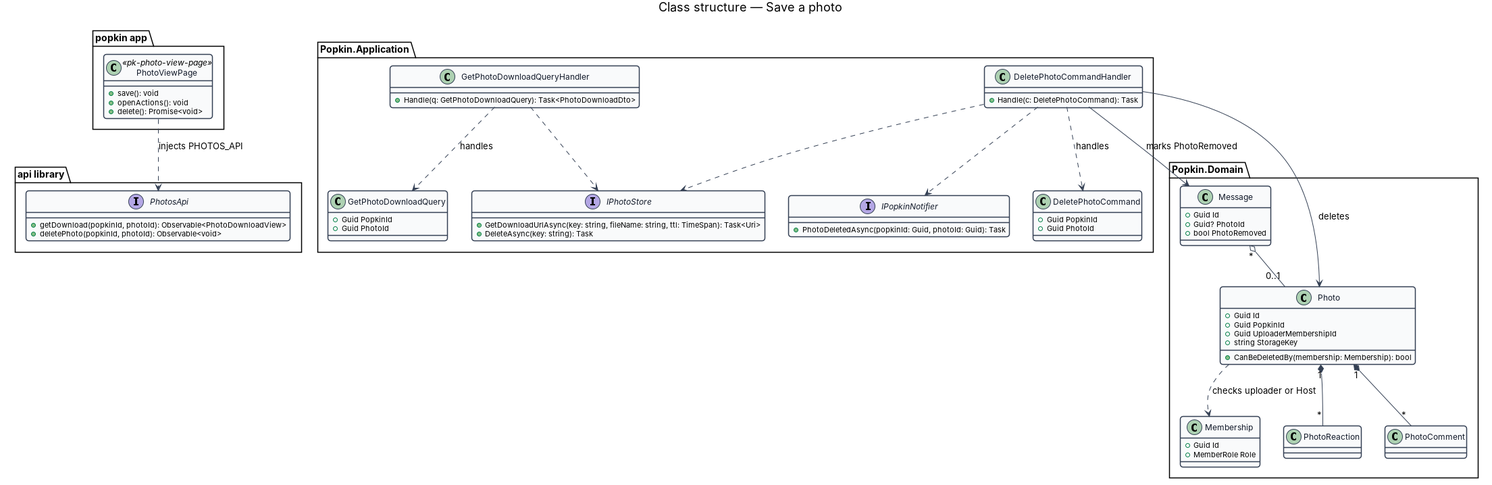
Before: docs/detailed-designs/photos/save-photo/diagrams/class-structure.png, a diagram exported from PlantUML (QuinntyneBrown/popkin). Its source is kept beside it as docs/detailed-designs/photos/save-photo/diagrams/class-structure.puml.
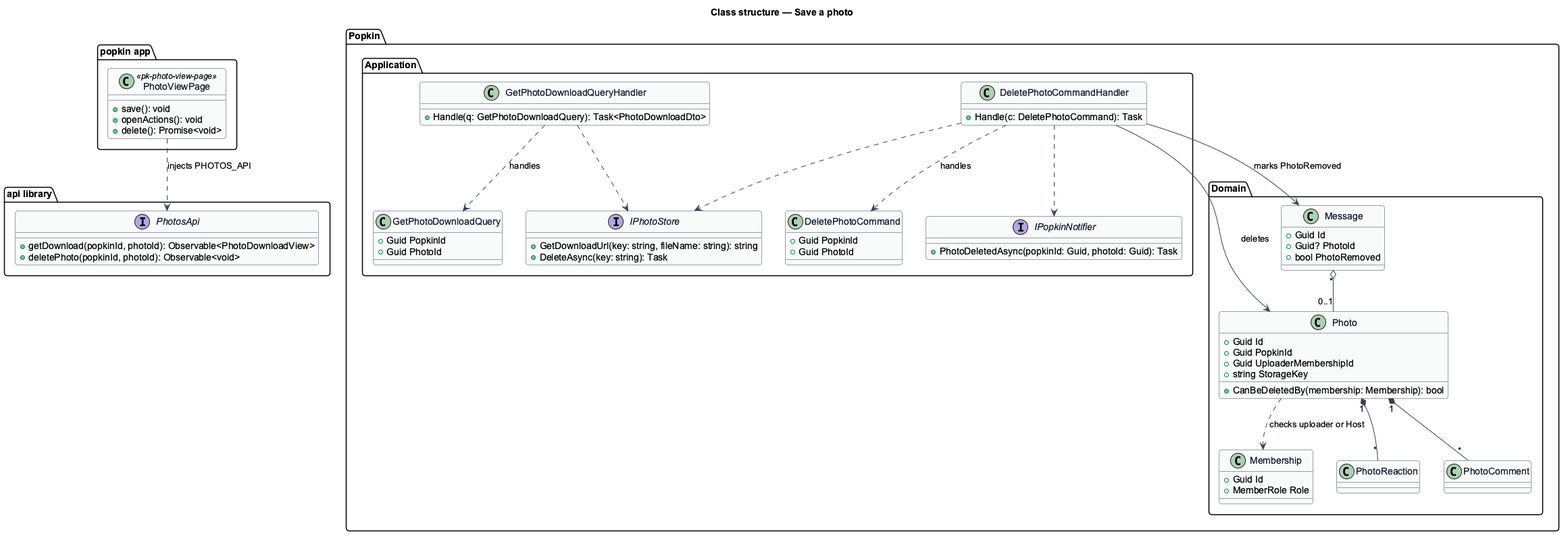
The same diagram one commit later.

The edit, as a diff of the source:
```diff
@@ -40,7 +40,7 @@
     +Handle(c: DeletePhotoCommand): Task
   }
   interface IPhotoStore {
-    +GetDownloadUrlAsync(key: string, fileName: string, ttl: TimeSpan): Task<Uri>
+    +GetDownloadUrl(key: string, fileName: string): string
     +DeleteAsync(key: string): Task
   }
   interface IPopkinNotifier {
```
